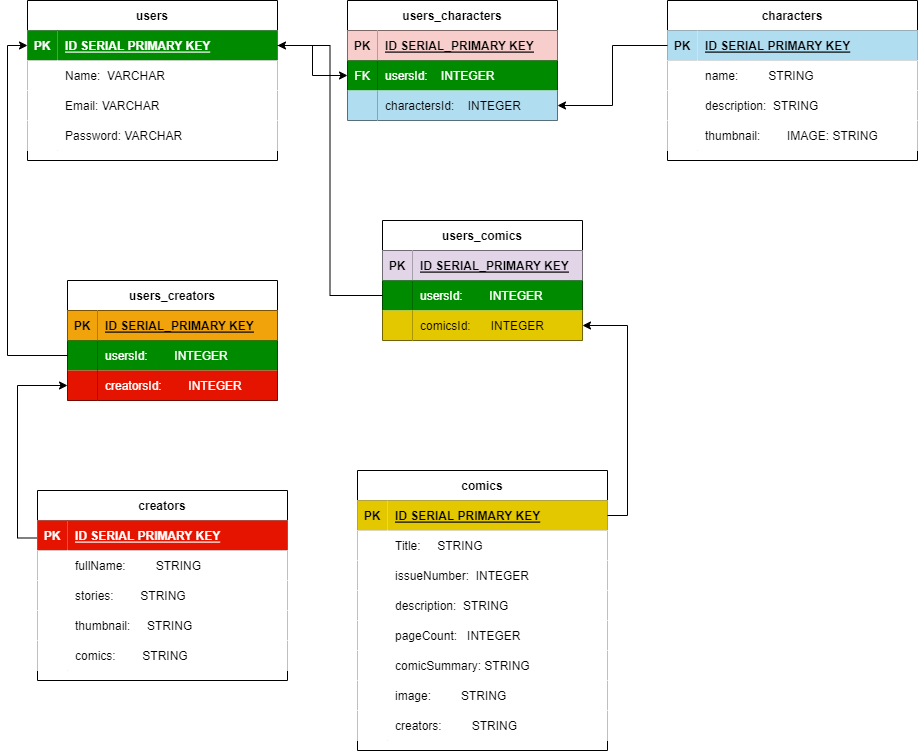
Luflos/marvel-characters-galore keeps this draw.io diagram as ERD.drawio.png. Above is the earlier version. Source tidied: cells renumbered, new cells last; positions are measured from the earlier drawing's top-left corner, leaving out a move shared by most shapes.
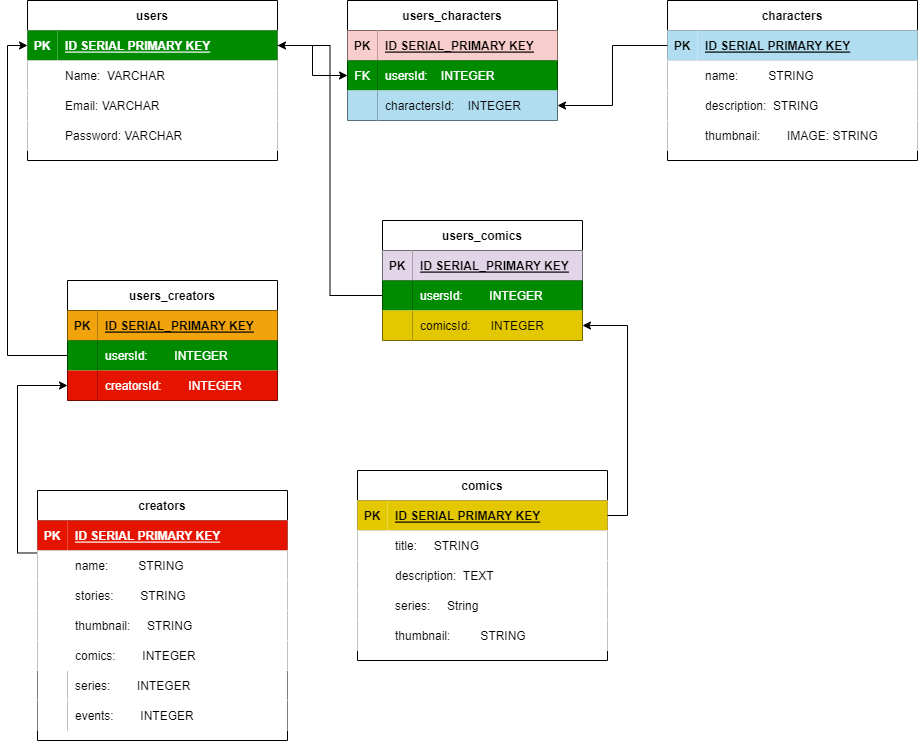
Above is the later version.

Diff of the diagram source:
```diff
@@ -3,7 +3,7 @@
     <mxCell id="0" />
     <mxCell id="1" parent="0" />
     <mxCell id="2" value="comics" style="shape=table;startSize=30;rowLines=0;fontStyle=1;align=center;" parent="1" vertex="1">
-      <mxGeometry x="330" y="470" width="250" height="280" as="geometry" />
+      <mxGeometry x="330" y="470" width="250" height="190" as="geometry" />
     </mxCell>
     <mxCell id="3" style="shape=partialRectangle;points=[[0,0.5],[1,0.5]];portConstraint=eastwest;top=0;left=0;right=0;bottom=1;" parent="2" vertex="1">
       <mxGeometry y="30" width="250" height="30" as="geometry" />
@@ -20,63 +20,36 @@
     <mxCell id="7" style="shape=partialRectangle;top=0;left=0;bottom=0;right=0;overflow=hidden;" parent="6" vertex="1">
       <mxGeometry width="30" height="30" as="geometry" />
     </mxCell>
-    <mxCell id="8" value="Title:     STRING" style="shape=partialRectangle;top=0;left=0;bottom=0;right=0;align=left;spacingLeft=6;overflow=hidden;" parent="6" vertex="1">
+    <mxCell id="8" value="title:     STRING" style="shape=partialRectangle;top=0;left=0;bottom=0;right=0;align=left;spacingLeft=6;overflow=hidden;" parent="6" vertex="1">
       <mxGeometry x="30" width="220" height="30" as="geometry" />
     </mxCell>
-    <mxCell id="9" style="shape=tableRow;horizontal=0;startSize=0;swimlaneHead=0;swimlaneBody=0;top=0;left=0;right=0;bottom=0;" parent="2" vertex="1">
-      <mxGeometry y="90" width="250" height="30" as="geometry" />
-    </mxCell>
-    <mxCell id="10" style="shape=partialRectangle;top=0;left=0;bottom=0;right=0;overflow=hidden;" parent="9" vertex="1">
-      <mxGeometry width="30" height="30" as="geometry" />
-    </mxCell>
-    <mxCell id="11" value="issueNumber:  INTEGER" style="shape=partialRectangle;top=0;left=0;bottom=0;right=0;align=left;spacingLeft=6;overflow=hidden;" parent="9" vertex="1">
-      <mxGeometry x="30" width="220" height="30" as="geometry" />
-    </mxCell>
     <mxCell id="12" style="shape=tableRow;horizontal=0;startSize=0;swimlaneHead=0;swimlaneBody=0;top=0;left=0;right=0;bottom=0;" parent="2" vertex="1">
-      <mxGeometry y="120" width="250" height="30" as="geometry" />
+      <mxGeometry y="90" width="250" height="30" as="geometry" />
     </mxCell>
     <mxCell id="13" style="shape=partialRectangle;top=0;left=0;bottom=0;right=0;overflow=hidden;" parent="12" vertex="1">
       <mxGeometry width="30" height="30" as="geometry" />
     </mxCell>
-    <mxCell id="14" value="description:  STRING" style="shape=partialRectangle;top=0;left=0;bottom=0;right=0;align=left;spacingLeft=6;overflow=hidden;" parent="12" vertex="1">
+    <mxCell id="14" value="description:  TEXT" style="shape=partialRectangle;top=0;left=0;bottom=0;right=0;align=left;spacingLeft=6;overflow=hidden;" parent="12" vertex="1">
       <mxGeometry x="30" width="220" height="30" as="geometry" />
     </mxCell>
     <mxCell id="15" style="shape=tableRow;horizontal=0;startSize=0;swimlaneHead=0;swimlaneBody=0;top=0;left=0;right=0;bottom=0;" parent="2" vertex="1">
-      <mxGeometry y="150" width="250" height="30" as="geometry" />
+      <mxGeometry y="120" width="250" height="30" as="geometry" />
     </mxCell>
     <mxCell id="16" style="shape=partialRectangle;top=0;left=0;bottom=0;right=0;overflow=hidden;" parent="15" vertex="1">
       <mxGeometry width="30" height="30" as="geometry" />
     </mxCell>
-    <mxCell id="17" value="pageCount:   INTEGER" style="shape=partialRectangle;top=0;left=0;bottom=0;right=0;align=left;spacingLeft=6;overflow=hidden;" parent="15" vertex="1">
+    <mxCell id="17" value="series:     String" style="shape=partialRectangle;top=0;left=0;bottom=0;right=0;align=left;spacingLeft=6;overflow=hidden;" parent="15" vertex="1">
       <mxGeometry x="30" width="220" height="30" as="geometry" />
     </mxCell>
-    <mxCell id="18" style="shape=tableRow;horizontal=0;startSize=0;swimlaneHead=0;swimlaneBody=0;top=0;left=0;right=0;bottom=0;" parent="2" vertex="1">
-      <mxGeometry y="180" width="250" height="30" as="geometry" />
-    </mxCell>
-    <mxCell id="19" style="shape=partialRectangle;top=0;left=0;bottom=0;right=0;overflow=hidden;" parent="18" vertex="1">
-      <mxGeometry width="30" height="30" as="geometry" />
-    </mxCell>
-    <mxCell id="20" value="comicSummary: STRING" style="shape=partialRectangle;top=0;left=0;bottom=0;right=0;align=left;spacingLeft=6;overflow=hidden;" parent="18" vertex="1">
-      <mxGeometry x="30" width="220" height="30" as="geometry" />
-    </mxCell>
     <mxCell id="21" style="shape=tableRow;horizontal=0;startSize=0;swimlaneHead=0;swimlaneBody=0;top=0;left=0;right=0;bottom=0;" parent="2" vertex="1">
-      <mxGeometry y="210" width="250" height="30" as="geometry" />
+      <mxGeometry y="150" width="250" height="30" as="geometry" />
     </mxCell>
     <mxCell id="22" style="shape=partialRectangle;top=0;left=0;bottom=0;right=0;overflow=hidden;" parent="21" vertex="1">
       <mxGeometry width="30" height="30" as="geometry" />
     </mxCell>
-    <mxCell id="23" value="image:         STRING" style="shape=partialRectangle;top=0;left=0;bottom=0;right=0;align=left;spacingLeft=6;overflow=hidden;" parent="21" vertex="1">
+    <mxCell id="23" value="thumbnail:         STRING" style="shape=partialRectangle;top=0;left=0;bottom=0;right=0;align=left;spacingLeft=6;overflow=hidden;" parent="21" vertex="1">
       <mxGeometry x="30" width="220" height="30" as="geometry" />
     </mxCell>
-    <mxCell id="24" style="shape=tableRow;horizontal=0;startSize=0;swimlaneHead=0;swimlaneBody=0;top=0;left=0;right=0;bottom=0;" parent="2" vertex="1">
-      <mxGeometry y="240" width="250" height="30" as="geometry" />
-    </mxCell>
-    <mxCell id="25" style="shape=partialRectangle;top=0;left=0;bottom=0;right=0;overflow=hidden;" parent="24" vertex="1">
-      <mxGeometry width="30" height="30" as="geometry" />
-    </mxCell>
-    <mxCell id="26" value="creators:         STRING" style="shape=partialRectangle;top=0;left=0;bottom=0;right=0;align=left;spacingLeft=6;overflow=hidden;" parent="24" vertex="1">
-      <mxGeometry x="30" width="220" height="30" as="geometry" />
-    </mxCell>
     <mxCell id="27" value="users" style="shape=table;startSize=30;rowLines=0;fontStyle=1;align=center;" parent="1" vertex="1">
       <mxGeometry width="250" height="160" as="geometry" />
     </mxCell>
@@ -159,7 +132,7 @@
       <mxGeometry relative="1" as="geometry" />
     </mxCell>
     <mxCell id="54" value="creators" style="shape=table;startSize=30;rowLines=0;fontStyle=1;align=center;" parent="1" vertex="1">
-      <mxGeometry x="10" y="490" width="250" height="190" as="geometry" />
+      <mxGeometry x="10" y="490" width="250" height="250" as="geometry" />
     </mxCell>
     <mxCell id="55" style="shape=partialRectangle;top=0;left=0;right=0;bottom=1;" parent="54" vertex="1">
       <mxGeometry y="30" width="250" height="30" as="geometry" />
@@ -176,7 +149,7 @@
     <mxCell id="59" style="shape=partialRectangle;top=0;left=0;bottom=0;right=0;overflow=hidden;" parent="58" vertex="1">
       <mxGeometry width="30" height="30" as="geometry" />
     </mxCell>
-    <mxCell id="60" value="fullName:         STRING" style="shape=partialRectangle;top=0;left=0;bottom=0;right=0;align=left;spacingLeft=6;overflow=hidden;" parent="58" vertex="1">
+    <mxCell id="60" value="name:         STRING" style="shape=partialRectangle;top=0;left=0;bottom=0;right=0;align=left;spacingLeft=6;overflow=hidden;" parent="58" vertex="1">
       <mxGeometry x="30" width="220" height="30" as="geometry" />
     </mxCell>
     <mxCell id="61" style="shape=tableRow;horizontal=0;startSize=0;swimlaneHead=0;swimlaneBody=0;top=0;left=0;right=0;bottom=0;" parent="54" vertex="1">
@@ -203,9 +176,27 @@
     <mxCell id="68" style="shape=partialRectangle;top=0;left=0;bottom=0;right=0;overflow=hidden;" parent="67" vertex="1">
       <mxGeometry width="30" height="30" as="geometry" />
     </mxCell>
-    <mxCell id="69" value="comics:        STRING" style="shape=partialRectangle;top=0;left=0;bottom=0;right=0;align=left;spacingLeft=6;overflow=hidden;" parent="67" vertex="1">
+    <mxCell id="69" value="comics:        INTEGER" style="shape=partialRectangle;top=0;left=0;bottom=0;right=0;align=left;spacingLeft=6;overflow=hidden;" parent="67" vertex="1">
       <mxGeometry x="30" width="220" height="30" as="geometry" />
     </mxCell>
+    <mxCell id="105" style="shape=tableRow;horizontal=0;startSize=0;swimlaneHead=0;swimlaneBody=0;fillColor=none;top=0;left=0;right=0;bottom=0;" parent="54" vertex="1">
+      <mxGeometry y="180" width="250" height="30" as="geometry" />
+    </mxCell>
+    <mxCell id="106" style="shape=partialRectangle;top=0;left=0;bottom=0;right=0;overflow=hidden;" parent="105" vertex="1">
+      <mxGeometry width="30" height="30" as="geometry" />
+    </mxCell>
+    <mxCell id="107" value="series:        INTEGER" style="shape=partialRectangle;top=0;left=0;bottom=0;right=0;align=left;spacingLeft=6;overflow=hidden;" parent="105" vertex="1">
+      <mxGeometry x="30" width="220" height="30" as="geometry" />
+    </mxCell>
+    <mxCell id="108" style="shape=tableRow;horizontal=0;startSize=0;swimlaneHead=0;swimlaneBody=0;fillColor=none;top=0;left=0;right=0;bottom=0;" parent="54" vertex="1">
+      <mxGeometry y="210" width="250" height="30" as="geometry" />
+    </mxCell>
+    <mxCell id="109" style="shape=partialRectangle;top=0;left=0;bottom=0;right=0;overflow=hidden;" parent="108" vertex="1">
+      <mxGeometry width="30" height="30" as="geometry" />
+    </mxCell>
+    <mxCell id="110" value="events:        INTEGER" style="shape=partialRectangle;top=0;left=0;bottom=0;right=0;align=left;spacingLeft=6;overflow=hidden;" parent="108" vertex="1">
+      <mxGeometry x="30" width="220" height="30" as="geometry" />
+    </mxCell>
     <mxCell id="70" value="users_characters" style="shape=table;startSize=30;rowLines=0;fontStyle=1;align=center;" parent="1" vertex="1">
       <mxGeometry x="320" width="210" height="120" as="geometry" />
     </mxCell>
```
